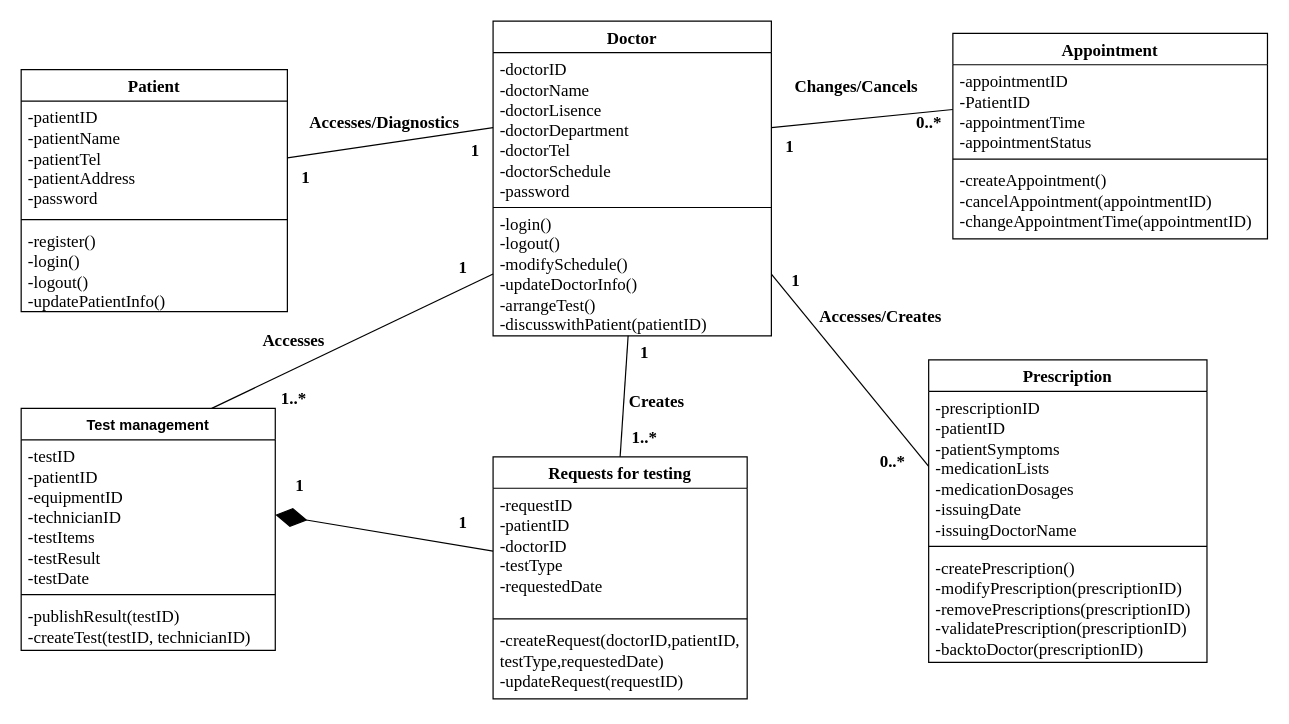
Earlier version of the draw.io diagram Class Diagram_Doctor.drawio (FOMOKN/Software-Engineering). Source tidied: cells renumbered, new cells numbered last; positions are measured from the earlier drawing's top-left corner, leaving out a move shared by most shapes. Both pictures are drawn from the tidied source at 121%, with x=0, y=0 at pixel (21, 21).
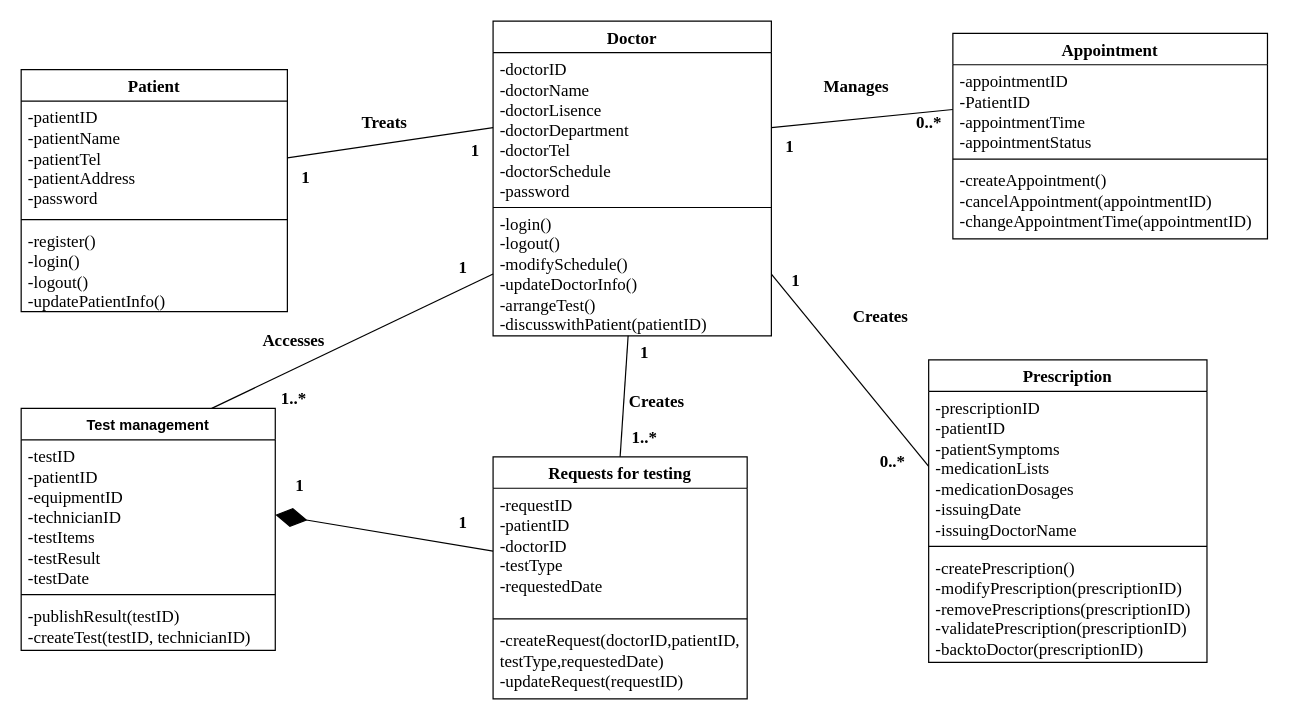
Above is the later version.

The edit, as a diff of the source:
```diff
@@
-    <mxCell id="29" value="Changes/Cancels" style="text;html=1;align=center;verticalAlign=middle;strokeColor=none;fillColor=none;fontFamily=Times New Roman;fontStyle=1;fontSize=14;" parent="1" vertex="1">
-      <mxGeometry x="625" y="40" width="130" height="30" as="geometry" />
+    <mxCell id="29" value="Manages" style="text;html=1;align=center;verticalAlign=middle;strokeColor=none;fillColor=none;fontFamily=Times New Roman;fontStyle=1;fontSize=14;" parent="1" vertex="1">
+      <mxGeometry x="650" y="40" width="80" height="30" as="geometry" />
     </mxCell>
@@
-    <mxCell id="33" value="Accesses/Diagnostics" style="text;html=1;align=center;verticalAlign=middle;strokeColor=none;fillColor=none;fontFamily=Times New Roman;fontStyle=1;fontSize=14;" parent="1" vertex="1">
-      <mxGeometry x="225" y="70" width="150" height="30" as="geometry" />
+    <mxCell id="33" value="Treats" style="text;html=1;align=center;verticalAlign=middle;strokeColor=none;fillColor=none;fontFamily=Times New Roman;fontStyle=1;fontSize=14;" parent="1" vertex="1">
+      <mxGeometry x="270" y="70" width="60" height="30" as="geometry" />
     </mxCell>
@@
-    <mxCell id="36" value="Accesses/Creates" style="text;html=1;align=center;verticalAlign=middle;strokeColor=none;fillColor=none;fontStyle=1;fontFamily=Times New Roman;fontSize=14;" parent="1" vertex="1">
-      <mxGeometry x="650" y="230" width="120" height="30" as="geometry" />
+    <mxCell id="36" value="Creates" style="text;html=1;align=center;verticalAlign=middle;strokeColor=none;fillColor=none;fontStyle=1;fontFamily=Times New Roman;fontSize=14;" parent="1" vertex="1">
+      <mxGeometry x="675" y="230" width="70" height="30" as="geometry" />
     </mxCell>
```
